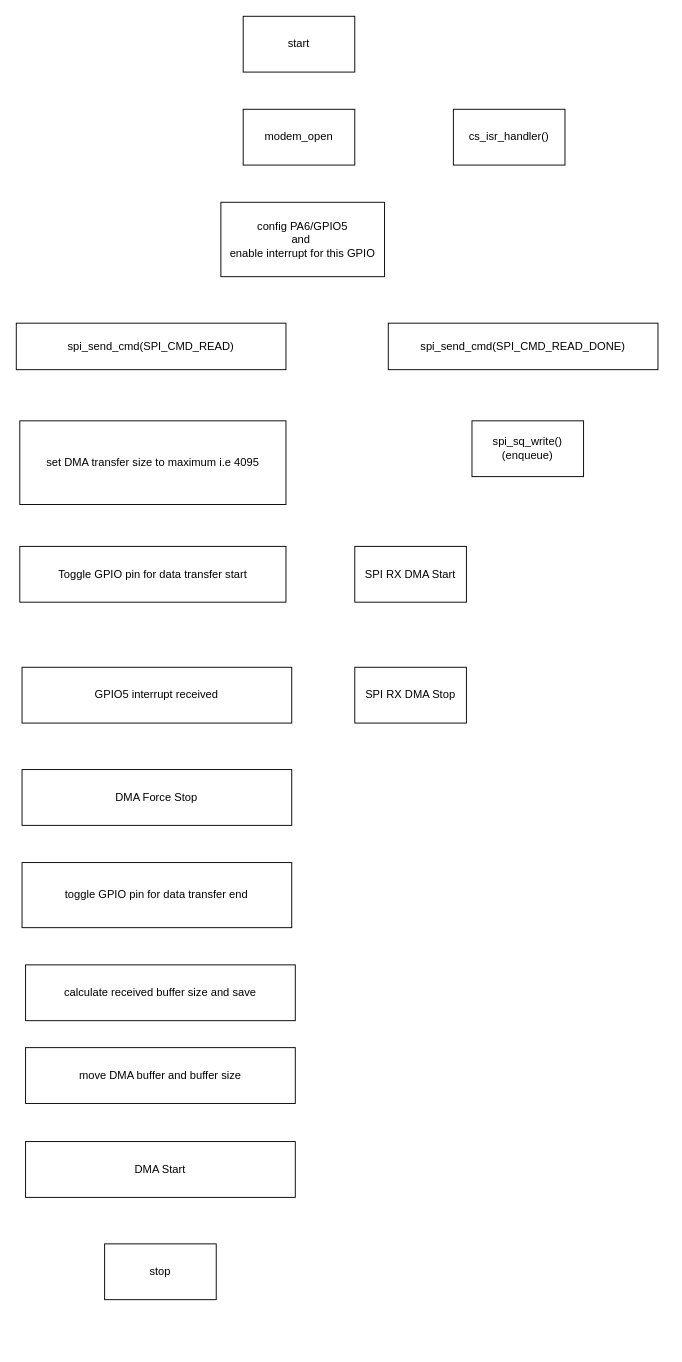
This is dma_spi_modem.drawio from nishitp007/temp, a draw.io file, before an edit. Source tidied: cells renumbered, new cells numbered last; positions are measured from the earlier drawing's top-left corner, leaving out a move shared by most shapes. Both pictures are drawn from the tidied source at 93%, with x=0, y=0 at pixel (16, 16).
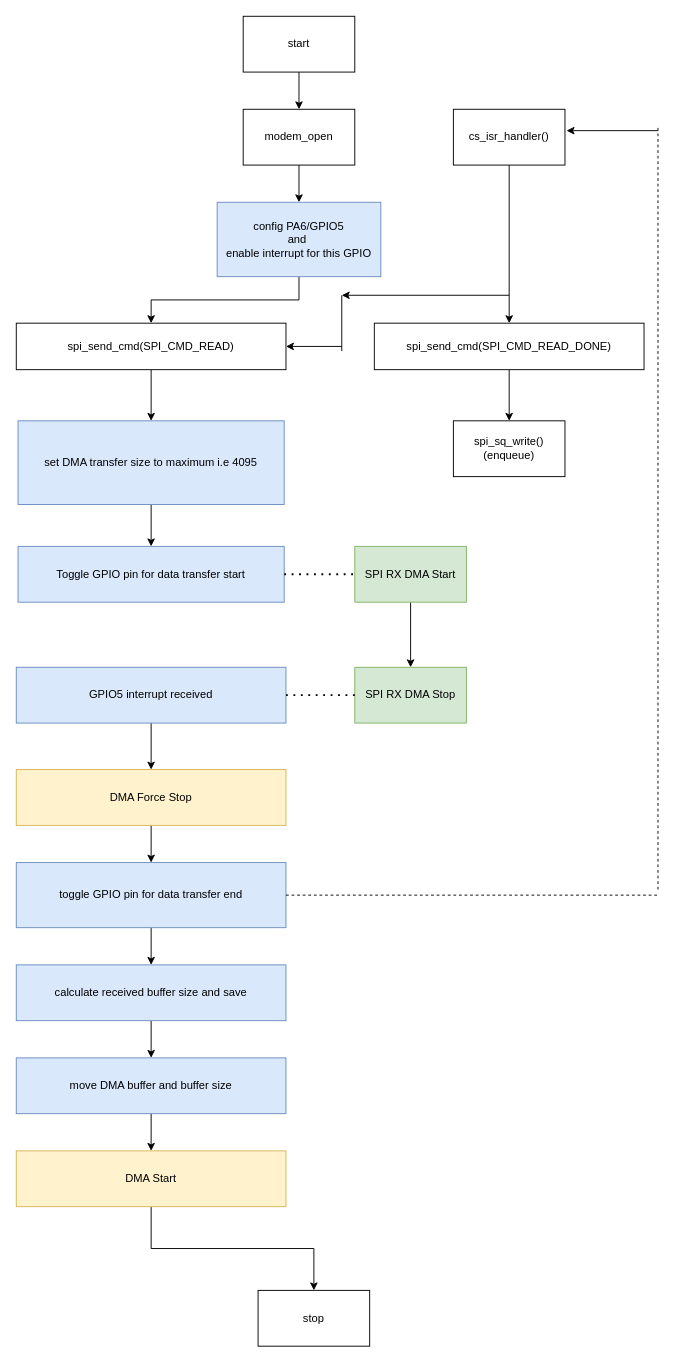
The same diagram, later.

The change refers to these unchanged cells:
```xml
<mxCell id="2" value="start" style="rounded=0;whiteSpace=wrap;html=1;" parent="1" vertex="1">
  <mxGeometry x="244" width="120" height="60" as="geometry" />
</mxCell>
<mxCell id="3" value="modem_open" style="rounded=0;whiteSpace=wrap;html=1;" parent="1" vertex="1">
  <mxGeometry x="244" y="100" width="120" height="60" as="geometry" />
</mxCell>
<mxCell id="5" value="spi_send_cmd(SPI_CMD_READ)" style="rounded=0;whiteSpace=wrap;html=1;" parent="1" vertex="1">
  <mxGeometry y="330" width="290" height="50" as="geometry" />
</mxCell>
<mxCell id="7" value="cs_isr_handler()" style="rounded=0;whiteSpace=wrap;html=1;" parent="1" vertex="1">
  <mxGeometry x="470" y="100" width="120" height="60" as="geometry" />
</mxCell>
```

Diff of the diagram source:
```diff
@@
+    <mxCell id="20" style="edgeStyle=orthogonalEdgeStyle;rounded=0;jettySize=auto;html=1;" parent="1" edge="1" source="2" target="3">
+      <mxGeometry relative="1" as="geometry" />
+    </mxCell>
@@
+    <mxCell id="21" style="edgeStyle=orthogonalEdgeStyle;rounded=0;jettySize=auto;html=1;" parent="1" edge="1" source="3" target="4">
+      <mxGeometry relative="1" as="geometry" />
+    </mxCell>
@@
+    <mxCell id="22" style="edgeStyle=orthogonalEdgeStyle;rounded=0;jettySize=auto;html=1;" parent="1" edge="1" source="4" target="5">
+      <mxGeometry relative="1" as="geometry" />
+    </mxCell>
-    <mxCell id="4" value="config PA6/GPIO5&lt;br&gt;and&amp;nbsp;&lt;br&gt;enable interrupt for this GPIO" style="rounded=0;whiteSpace=wrap;html=1;" parent="1" vertex="1">
-      <mxGeometry x="220" y="200" width="176" height="80" as="geometry" />
+    <mxCell id="4" value="config PA6/GPIO5&lt;br&gt;and&amp;nbsp;&lt;br&gt;enable interrupt for this GPIO" style="rounded=0;whiteSpace=wrap;html=1;fillColor=#dae8fc;strokeColor=#6c8ebf;" parent="1" vertex="1">
+      <mxGeometry x="216" y="200" width="176" height="80" as="geometry" />
     </mxCell>
+    <mxCell id="23" style="edgeStyle=orthogonalEdgeStyle;rounded=0;jettySize=auto;html=1;" parent="1" edge="1" source="5" target="9">
+      <mxGeometry relative="1" as="geometry" />
+    </mxCell>
@@
+    <mxCell id="24" style="edgeStyle=orthogonalEdgeStyle;rounded=0;jettySize=auto;html=1;" parent="1" edge="1" source="6" target="15">
+      <mxGeometry relative="1" as="geometry" />
+    </mxCell>
     <mxCell id="6" value="spi_send_cmd(SPI_CMD_READ_DONE)" style="rounded=0;whiteSpace=wrap;html=1;" parent="1" vertex="1">
-      <mxGeometry x="400" y="330" width="290" height="50" as="geometry" />
+      <mxGeometry x="385" y="330" width="290" height="50" as="geometry" />
     </mxCell>
+    <mxCell id="25" style="edgeStyle=orthogonalEdgeStyle;rounded=0;jettySize=auto;html=1;entryX=0.5;entryY=0;entryDx=0;entryDy=0;" parent="1" edge="1" source="7" target="6">
+      <mxGeometry relative="1" as="geometry" />
+    </mxCell>
@@
-    <mxCell id="8" value="Toggle GPIO pin for data transfer start" style="rounded=0;whiteSpace=wrap;html=1;" parent="1" vertex="1">
-      <mxGeometry x="3.8" y="570" width="286.2" height="60" as="geometry" />
+    <mxCell id="8" value="Toggle GPIO pin for data transfer start" style="rounded=0;whiteSpace=wrap;html=1;fillColor=#dae8fc;strokeColor=#6c8ebf;" parent="1" vertex="1">
+      <mxGeometry x="1.9" y="570" width="286.2" height="60" as="geometry" />
     </mxCell>
+    <mxCell id="26" style="edgeStyle=orthogonalEdgeStyle;rounded=0;jettySize=auto;html=1;" parent="1" edge="1" source="9" target="8">
+      <mxGeometry relative="1" as="geometry" />
+    </mxCell>
-    <mxCell id="9" value="set DMA transfer size to maximum i.e 4095" style="rounded=0;whiteSpace=wrap;html=1;" parent="1" vertex="1">
-      <mxGeometry x="3.8" y="435" width="286.2" height="90" as="geometry" />
+    <mxCell id="9" value="set DMA transfer size to maximum i.e 4095" style="rounded=0;whiteSpace=wrap;html=1;fillColor=#dae8fc;strokeColor=#6c8ebf;" parent="1" vertex="1">
+      <mxGeometry x="1.9" y="435" width="286.2" height="90" as="geometry" />
     </mxCell>
+    <mxCell id="27" style="edgeStyle=orthogonalEdgeStyle;rounded=0;jettySize=auto;html=1;" parent="1" edge="1" source="10" target="11">
+      <mxGeometry relative="1" as="geometry" />
+    </mxCell>
-    <mxCell id="10" value="SPI RX DMA Start" style="rounded=0;whiteSpace=wrap;html=1;" parent="1" vertex="1">
+    <mxCell id="10" value="SPI RX DMA Start" style="rounded=0;whiteSpace=wrap;html=1;fillColor=#d5e8d4;strokeColor=#82b366;" parent="1" vertex="1">
       <mxGeometry x="364" y="570" width="120" height="60" as="geometry" />
     </mxCell>
-    <mxCell id="11" value="SPI RX DMA Stop" style="rounded=0;whiteSpace=wrap;html=1;" parent="1" vertex="1">
+    <mxCell id="11" value="SPI RX DMA Stop" style="rounded=0;whiteSpace=wrap;html=1;fillColor=#d5e8d4;strokeColor=#82b366;" parent="1" vertex="1">
       <mxGeometry x="364" y="700" width="120" height="60" as="geometry" />
     </mxCell>
+    <mxCell id="28" style="edgeStyle=orthogonalEdgeStyle;rounded=0;jettySize=auto;html=1;" parent="1" edge="1" source="12" target="13">
+      <mxGeometry relative="1" as="geometry" />
+    </mxCell>
-    <mxCell id="12" value="GPIO5 interrupt received" style="rounded=0;whiteSpace=wrap;html=1;" parent="1" vertex="1">
-      <mxGeometry x="6.2" y="700" width="290" height="60" as="geometry" />
+    <mxCell id="12" value="GPIO5 interrupt received" style="rounded=0;whiteSpace=wrap;html=1;fillColor=#dae8fc;strokeColor=#6c8ebf;" parent="1" vertex="1">
+      <mxGeometry y="700" width="290" height="60" as="geometry" />
     </mxCell>
+    <mxCell id="29" style="edgeStyle=orthogonalEdgeStyle;rounded=0;jettySize=auto;html=1;" parent="1" edge="1" source="13" target="14">
+      <mxGeometry relative="1" as="geometry" />
+    </mxCell>
-    <mxCell id="13" value="DMA Force Stop" style="rounded=0;whiteSpace=wrap;html=1;" parent="1" vertex="1">
-      <mxGeometry x="6.2" y="810" width="290" height="60" as="geometry" />
+    <mxCell id="13" value="DMA Force Stop" style="rounded=0;whiteSpace=wrap;html=1;fillColor=#fff2cc;strokeColor=#d6b656;" parent="1" vertex="1">
+      <mxGeometry y="810" width="290" height="60" as="geometry" />
     </mxCell>
+    <mxCell id="30" style="edgeStyle=orthogonalEdgeStyle;rounded=0;jettySize=auto;html=1;" parent="1" edge="1" source="14" target="16">
+      <mxGeometry relative="1" as="geometry" />
+    </mxCell>
-    <mxCell id="14" value="toggle GPIO pin for data transfer end" style="rounded=0;whiteSpace=wrap;html=1;" parent="1" vertex="1">
-      <mxGeometry x="6.2" y="910" width="290" height="70" as="geometry" />
+    <mxCell id="14" value="toggle GPIO pin for data transfer end" style="rounded=0;whiteSpace=wrap;html=1;fillColor=#dae8fc;strokeColor=#6c8ebf;" parent="1" vertex="1">
+      <mxGeometry y="910" width="290" height="70" as="geometry" />
     </mxCell>
     <mxCell id="15" value="spi_sq_write()&lt;br&gt;(enqueue)" style="rounded=0;whiteSpace=wrap;html=1;" parent="1" vertex="1">
-      <mxGeometry x="490" y="435" width="120" height="60" as="geometry" />
+      <mxGeometry x="470" y="435" width="120" height="60" as="geometry" />
     </mxCell>
+    <mxCell id="31" style="edgeStyle=orthogonalEdgeStyle;rounded=0;jettySize=auto;html=1;" parent="1" edge="1" source="16" target="17">
+      <mxGeometry relative="1" as="geometry" />
+    </mxCell>
-    <mxCell id="16" value="calculate received buffer size and save" style="rounded=0;whiteSpace=wrap;html=1;" parent="1" vertex="1">
-      <mxGeometry x="10" y="1020" width="290" height="60" as="geometry" />
+    <mxCell id="16" value="calculate received buffer size and save" style="rounded=0;whiteSpace=wrap;html=1;fillColor=#dae8fc;strokeColor=#6c8ebf;" parent="1" vertex="1">
+      <mxGeometry y="1020" width="290" height="60" as="geometry" />
     </mxCell>
+    <mxCell id="32" style="edgeStyle=orthogonalEdgeStyle;rounded=0;jettySize=auto;html=1;" parent="1" edge="1" source="17" target="18">
+      <mxGeometry relative="1" as="geometry" />
+    </mxCell>
-    <mxCell id="17" value="move DMA buffer and buffer size" style="rounded=0;whiteSpace=wrap;html=1;" parent="1" vertex="1">
-      <mxGeometry x="10" y="1109" width="290" height="60" as="geometry" />
+    <mxCell id="17" value="move DMA buffer and buffer size" style="rounded=0;whiteSpace=wrap;html=1;fillColor=#dae8fc;strokeColor=#6c8ebf;" parent="1" vertex="1">
+      <mxGeometry y="1120" width="290" height="60" as="geometry" />
     </mxCell>
+    <mxCell id="33" style="edgeStyle=orthogonalEdgeStyle;rounded=0;jettySize=auto;html=1;" parent="1" edge="1" source="18" target="19">
+      <mxGeometry relative="1" as="geometry" />
+    </mxCell>
-    <mxCell id="18" value="DMA Start" style="rounded=0;whiteSpace=wrap;html=1;" parent="1" vertex="1">
-      <mxGeometry x="10" y="1210" width="290" height="60" as="geometry" />
+    <mxCell id="18" value="DMA Start" style="rounded=0;whiteSpace=wrap;html=1;fillColor=#fff2cc;strokeColor=#d6b656;" parent="1" vertex="1">
+      <mxGeometry y="1220" width="290" height="60" as="geometry" />
     </mxCell>
     <mxCell id="19" value="stop" style="rounded=0;whiteSpace=wrap;html=1;" parent="1" vertex="1">
-      <mxGeometry x="95" y="1320" width="120" height="60" as="geometry" />
+      <mxGeometry x="260" y="1370" width="120" height="60" as="geometry" />
     </mxCell>
+    <mxCell id="34" style="endArrow=classic;html=1;rounded=0;" parent="1" edge="1">
+      <mxGeometry relative="1" as="geometry">
+        <mxPoint x="530" y="300" as="sourcePoint" />
+        <mxPoint x="350" y="300" as="targetPoint" />
+      </mxGeometry>
+    </mxCell>
+    <mxCell id="35" style="endArrow=classic;html=1;rounded=0;entryX=1;entryY=0.5;entryDx=0;entryDy=0;" parent="1" edge="1" target="5">
+      <mxGeometry relative="1" as="geometry">
+        <mxPoint x="350" y="355" as="sourcePoint" />
+      </mxGeometry>
+    </mxCell>
+    <mxCell id="36" style="endArrow=none;html=1;rounded=0;" parent="1" edge="1">
+      <mxGeometry relative="1" as="geometry">
+        <mxPoint x="350" y="360" as="sourcePoint" />
+        <mxPoint x="350" y="300" as="targetPoint" />
+      </mxGeometry>
+    </mxCell>
+    <mxCell id="37" style="endArrow=none;dashed=1;html=1;dashPattern=1 3;strokeWidth=2;rounded=0;exitX=1;exitY=0.5;exitDx=0;exitDy=0;entryX=0;entryY=0.5;entryDx=0;entryDy=0;" parent="1" edge="1" source="8" target="10">
+      <mxGeometry relative="1" as="geometry" />
+    </mxCell>
+    <mxCell id="38" style="endArrow=none;dashed=1;html=1;dashPattern=1 3;strokeWidth=2;rounded=0;exitX=1;exitY=0.5;exitDx=0;exitDy=0;entryX=0;entryY=0.5;entryDx=0;entryDy=0;" parent="1" edge="1" source="12" target="11">
+      <mxGeometry relative="1" as="geometry" />
+    </mxCell>
+    <mxCell id="39" style="endArrow=none;dashed=1;html=1;rounded=0;exitX=1;exitY=0.5;exitDx=0;exitDy=0;" parent="1" edge="1" source="14">
+      <mxGeometry relative="1" as="geometry">
+        <mxPoint x="690" y="945" as="targetPoint" />
+      </mxGeometry>
+    </mxCell>
+    <mxCell id="40" style="endArrow=none;dashed=1;html=1;rounded=0;" parent="1" edge="1">
+      <mxGeometry relative="1" as="geometry">
+        <mxPoint x="690" y="120" as="sourcePoint" />
+        <mxPoint x="690" y="940" as="targetPoint" />
+      </mxGeometry>
+    </mxCell>
+    <mxCell id="41" style="endArrow=classic;html=1;rounded=0;entryX=1.014;entryY=0.383;entryDx=0;entryDy=0;entryPerimeter=0;" parent="1" edge="1" target="7">
+      <mxGeometry relative="1" as="geometry">
+        <mxPoint x="690" y="123" as="sourcePoint" />
+      </mxGeometry>
+    </mxCell>
```
